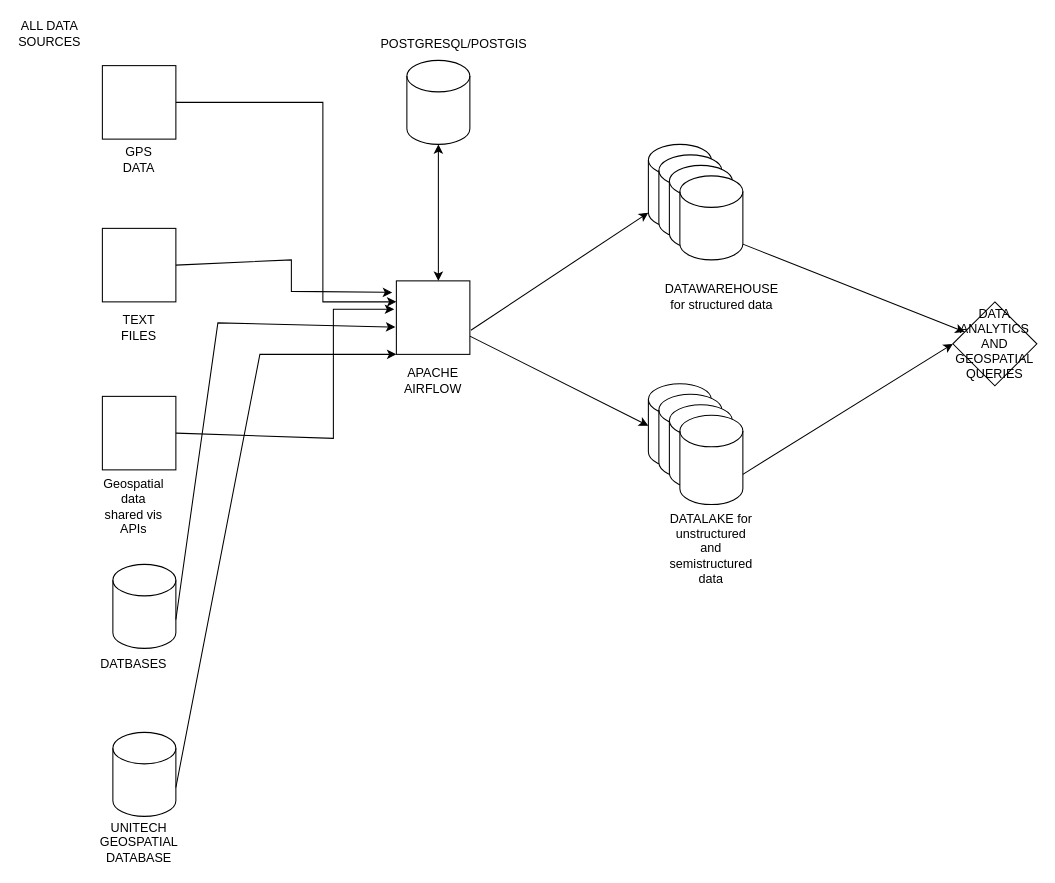
Before: Untitled Diagram.drawio in anapitalai/airflow_dags, a draw.io diagram. Source tidied: cells renumbered, new cells numbered last; positions are measured from the earlier drawing's top-left corner, leaving out a move shared by most shapes. Both pictures are drawn from the tidied source at 105%, with x=0, y=0 at pixel (18, 18).
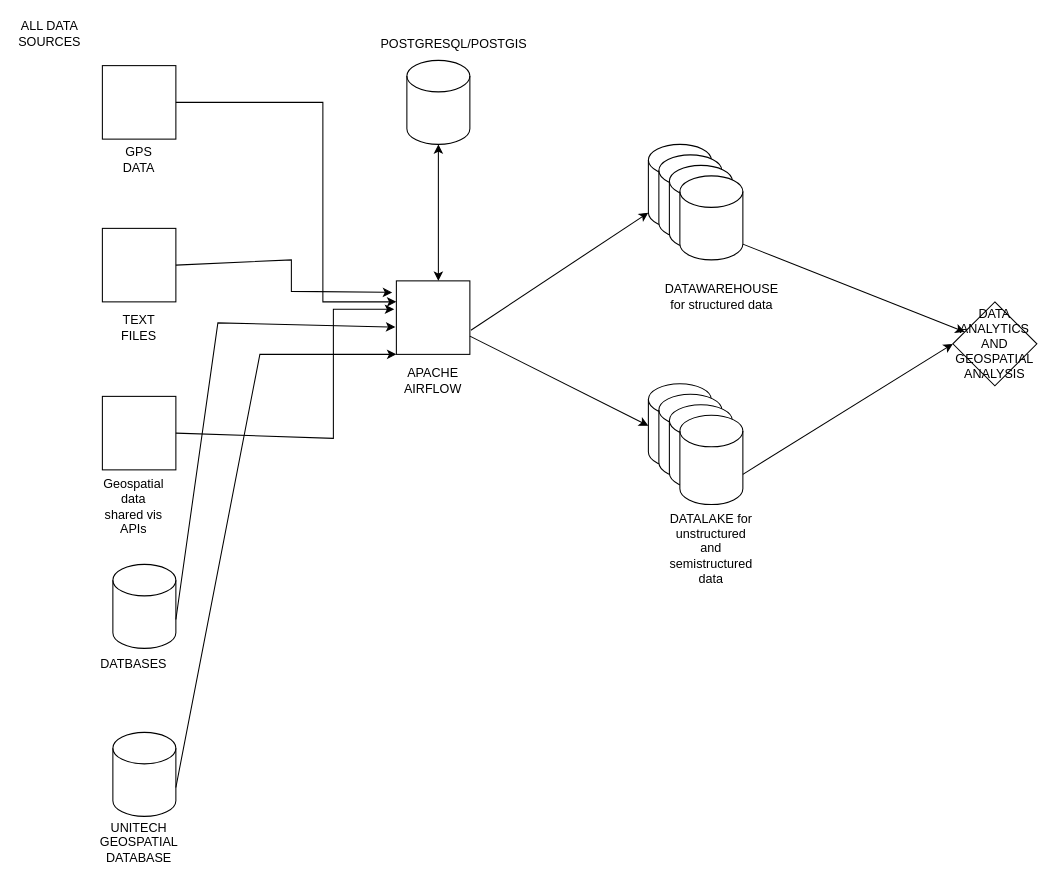
The same page after the edit.

Change to the diagram source:
```diff
@@
-    <mxCell id="32" value="DATA ANALYTICS&lt;br&gt;AND GEOSPATIAL QUERIES" style="rhombus;whiteSpace=wrap;html=1;" parent="1" vertex="1">
+    <mxCell id="32" value="DATA ANALYTICS&lt;br&gt;AND GEOSPATIAL ANALYSIS" style="rhombus;whiteSpace=wrap;html=1;" parent="1" vertex="1">
       <mxGeometry x="890" y="270" width="80" height="80" as="geometry" />
     </mxCell>
```
